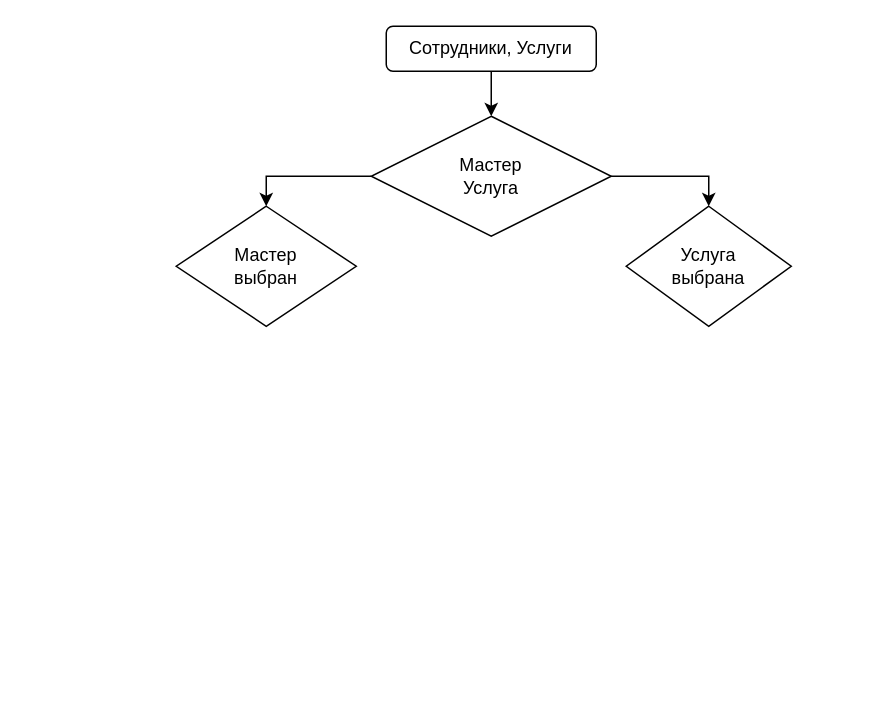
EpifanovE/appointment-scheme keeps this draw.io diagram as Untitled Diagram.drawio. Above is the earlier version. Source tidied: cells renumbered, new cells numbered last; positions are measured from the earlier drawing's top-left corner, leaving out a move shared by most shapes. Both pictures are drawn from the tidied source at 150%, with x=0, y=0 at pixel (176, 26).
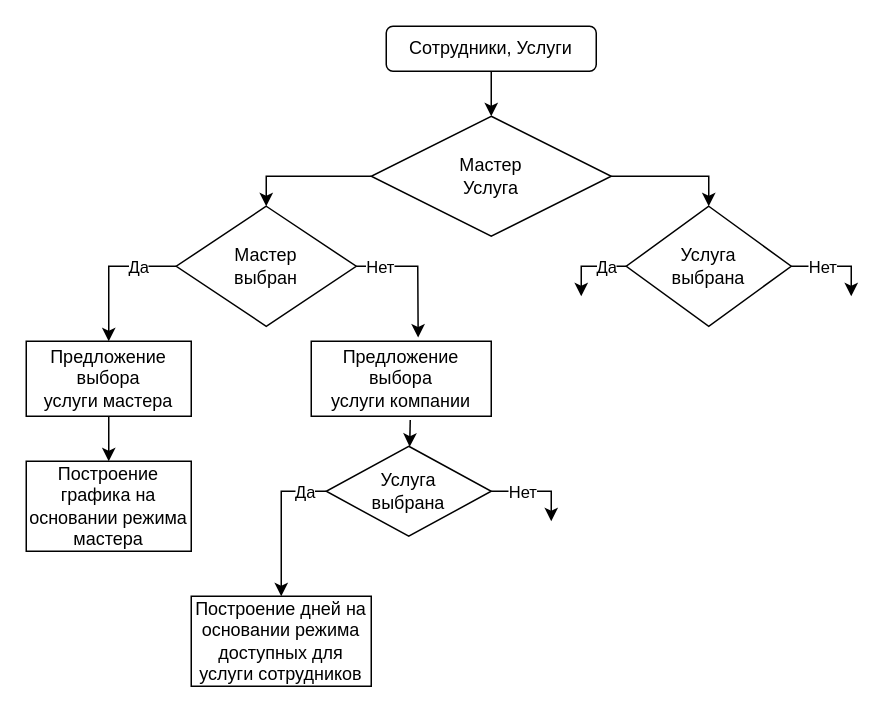
The same page after the edit.

The change refers to these unchanged cells:
```xml
<mxCell id="5" value="Мастер&lt;br&gt;выбран" style="rhombus;whiteSpace=wrap;html=1;" parent="1" vertex="1">
  <mxGeometry y="120" width="120" height="80" as="geometry" />
</mxCell>
<mxCell id="7" value="Услуга&lt;br&gt;выбрана" style="rhombus;whiteSpace=wrap;html=1;" parent="1" vertex="1">
  <mxGeometry x="300" y="120" width="110" height="80" as="geometry" />
</mxCell>
```

What changed in the source:
```diff
@@
+    <mxCell id="9" style="endArrow=classic;html=1;rounded=0;exitX=0;exitY=0.5;exitDx=0;exitDy=0;entryX=0.5;entryY=0;entryDx=0;entryDy=0;" parent="1" edge="1" source="5" target="17">
+      <mxGeometry relative="1" as="geometry">
+        <Array as="points">
+          <mxPoint x="-29" y="160" />
+          <mxPoint x="-45" y="160" />
+        </Array>
+      </mxGeometry>
+    </mxCell>
+    <mxCell id="10" value="Да" style="edgeLabel;html=1;align=center;verticalAlign=middle;" parent="9" vertex="1">
+      <mxGeometry x="-0.46" relative="1" as="geometry" />
+    </mxCell>
+    <mxCell id="11" style="endArrow=classic;html=1;rounded=0;exitX=1;exitY=0.5;exitDx=0;exitDy=0;entryX=0.594;entryY=-0.049;entryDx=0;entryDy=0;entryPerimeter=0;" parent="1" edge="1" source="5" target="18">
+      <mxGeometry relative="1" as="geometry">
+        <Array as="points">
+          <mxPoint x="161" y="160" />
+        </Array>
+      </mxGeometry>
+    </mxCell>
+    <mxCell id="12" value="Нет" style="edgeLabel;html=1;align=center;verticalAlign=middle;" parent="11" vertex="1">
+      <mxGeometry x="-0.09" relative="1" as="geometry">
+        <mxPoint x="-25" as="offset" />
+      </mxGeometry>
+    </mxCell>
+    <mxCell id="13" style="endArrow=classic;html=1;rounded=0;exitX=0;exitY=0.5;exitDx=0;exitDy=0;" parent="1" edge="1" source="7">
+      <mxGeometry relative="1" as="geometry">
+        <mxPoint x="270" y="180" as="targetPoint" />
+        <Array as="points">
+          <mxPoint x="270" y="160" />
+        </Array>
+      </mxGeometry>
+    </mxCell>
+    <mxCell id="14" value="Да" style="edgeLabel;html=1;align=center;verticalAlign=middle;" parent="13" vertex="1">
+      <mxGeometry x="-0.46" relative="1" as="geometry" />
+    </mxCell>
+    <mxCell id="15" style="endArrow=classic;html=1;rounded=0;exitX=1;exitY=0.5;exitDx=0;exitDy=0;entryX=0.5;entryY=0;entryDx=0;entryDy=0;" parent="1" edge="1">
+      <mxGeometry relative="1" as="geometry">
+        <mxPoint x="410" y="160" as="sourcePoint" />
+        <mxPoint x="450" y="180" as="targetPoint" />
+        <Array as="points">
+          <mxPoint x="450" y="160" />
+        </Array>
+      </mxGeometry>
+    </mxCell>
+    <mxCell id="16" value="Нет" style="edgeLabel;html=1;align=center;verticalAlign=middle;" parent="15" vertex="1">
+      <mxGeometry x="-0.09" relative="1" as="geometry">
+        <mxPoint x="-7" as="offset" />
+      </mxGeometry>
+    </mxCell>
+    <mxCell id="17" value="Предложение&lt;br&gt;выбора&lt;br&gt;услуги мастера" style="rounded=0;whiteSpace=wrap;html=1;" parent="1" vertex="1">
+      <mxGeometry x="-100" y="210" width="110" height="50" as="geometry" />
+    </mxCell>
+    <mxCell id="18" value="Предложение&lt;br&gt;выбора&lt;br&gt;услуги компании" style="rounded=0;whiteSpace=wrap;html=1;" parent="1" vertex="1">
+      <mxGeometry x="90" y="210" width="120" height="50" as="geometry" />
+    </mxCell>
+    <mxCell id="19" style="endArrow=classic;html=1;rounded=0;exitX=0.5;exitY=1;exitDx=0;exitDy=0;" parent="1" edge="1" source="17">
+      <mxGeometry relative="1" as="geometry">
+        <mxPoint x="-45" y="290" as="targetPoint" />
+      </mxGeometry>
+    </mxCell>
+    <mxCell id="20" value="Построение графика на основании режима мастера" style="rounded=0;whiteSpace=wrap;html=1;" parent="1" vertex="1">
+      <mxGeometry x="-100" y="290" width="110" height="60" as="geometry" />
+    </mxCell>
+    <mxCell id="21" value="Построение дней на основании режима доступных для услуги сотрудников" style="rounded=0;whiteSpace=wrap;html=1;" parent="1" vertex="1">
+      <mxGeometry x="10" y="380" width="120" height="60" as="geometry" />
+    </mxCell>
+    <mxCell id="22" value="Услуга&lt;br&gt;выбрана" style="rhombus;whiteSpace=wrap;html=1;" parent="1" vertex="1">
+      <mxGeometry x="100" y="280" width="110" height="60" as="geometry" />
+    </mxCell>
+    <mxCell id="23" style="endArrow=classic;html=1;rounded=0;exitX=0.55;exitY=1.049;exitDx=0;exitDy=0;exitPerimeter=0;" parent="1" edge="1" source="18" target="22">
+      <mxGeometry relative="1" as="geometry" />
+    </mxCell>
+    <mxCell id="24" style="endArrow=classic;html=1;rounded=0;exitX=0;exitY=0.5;exitDx=0;exitDy=0;entryX=0.5;entryY=0;entryDx=0;entryDy=0;" parent="1" edge="1" target="21">
+      <mxGeometry relative="1" as="geometry">
+        <mxPoint x="100" y="310" as="sourcePoint" />
+        <Array as="points">
+          <mxPoint x="70" y="310" />
+        </Array>
+      </mxGeometry>
+    </mxCell>
+    <mxCell id="25" value="Да" style="edgeLabel;html=1;align=center;verticalAlign=middle;" parent="24" vertex="1">
+      <mxGeometry x="-0.46" relative="1" as="geometry">
+        <mxPoint x="12" as="offset" />
+      </mxGeometry>
+    </mxCell>
+    <mxCell id="26" style="endArrow=classic;html=1;rounded=0;exitX=1;exitY=0.5;exitDx=0;exitDy=0;entryX=0.5;entryY=0;entryDx=0;entryDy=0;" parent="1" edge="1">
+      <mxGeometry relative="1" as="geometry">
+        <mxPoint x="210" y="310" as="sourcePoint" />
+        <mxPoint x="250" y="330" as="targetPoint" />
+        <Array as="points">
+          <mxPoint x="250" y="310" />
+        </Array>
+      </mxGeometry>
+    </mxCell>
+    <mxCell id="27" value="Нет" style="edgeLabel;html=1;align=center;verticalAlign=middle;" parent="26" vertex="1">
+      <mxGeometry x="-0.09" relative="1" as="geometry">
+        <mxPoint x="-7" as="offset" />
+      </mxGeometry>
+    </mxCell>
```
